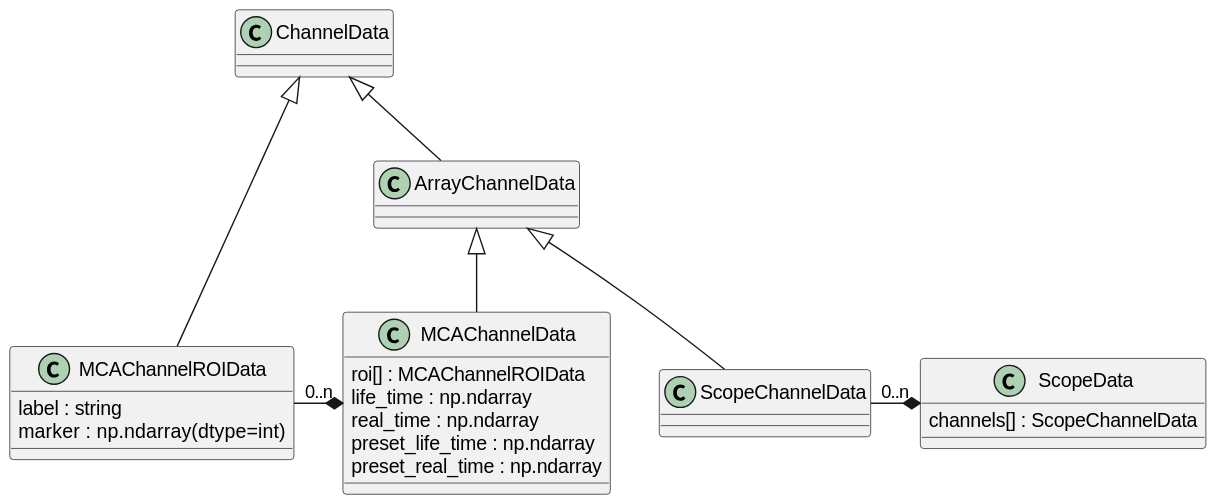
Before: docs/uml/arraychannel.svg, a diagram exported from PlantUML (tillbiskup/evedata).
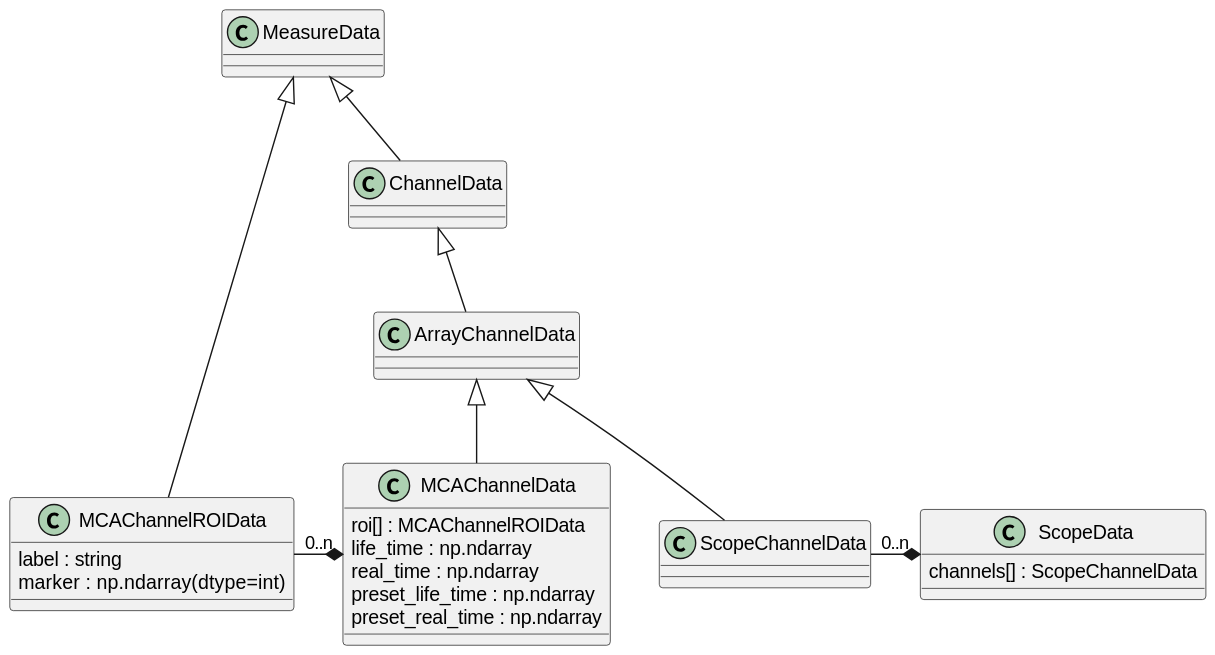
After the commit.

Commit message:
ROI classes inherit from MeasureData; adjust UML; update docs

What changed in the source:
```diff
@@ -1,4 +1,6 @@
 @startuml
+
+class ChannelData extends MeasureData
 
 class ArrayChannelData extends ChannelData {}
 
@@ -15,7 +17,7 @@
 
 MCAChannelROIData "0..n" -* MCAChannelData
 
-class MCAChannelROIData extends ChannelData {
+class MCAChannelROIData extends MeasureData {
     {field} label : string
     {field} marker : np.ndarray(dtype=int)
 }
```
